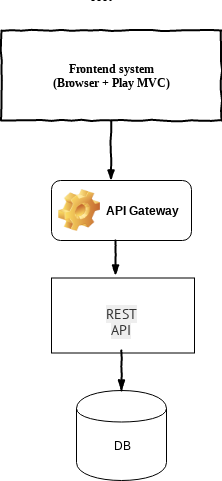
Above: technology-considerations/images/REST.png in nationalarchives/tdr-dev-documentation (draw.io), before the change. Source tidied: cells renumbered, new cells last; positions are measured from the earlier drawing's top-left corner, leaving out a move shared by most shapes. Source of this version:
```xml
<mxGraphModel>
  <root>
    <mxCell id="0" />
    <mxCell id="1" parent="0" />
    <mxCell id="2" value="Frontend system&lt;br&gt;(Browser + Play MVC)" style="html=1;whiteSpace=wrap;comic=1;strokeWidth=2;fontFamily=Comic Sans MS;fontStyle=1;" parent="1" vertex="1">
      <mxGeometry y="30" width="220" height="90" as="geometry" />
    </mxCell>
    <mxCell id="3" style="rounded=0;comic=1;strokeWidth=2;endArrow=blockThin;html=1;fontFamily=Comic Sans MS;fontStyle=1;" parent="1" edge="1">
      <mxGeometry relative="1" as="geometry">
        <mxPoint x="109.5" y="120" as="sourcePoint" />
        <mxPoint x="109.5" y="180" as="targetPoint" />
      </mxGeometry>
    </mxCell>
    <mxCell id="4" value="API Gateway" style="label;whiteSpace=wrap;html=1;image=img/clipart/Gear_128x128.png;" parent="1" vertex="1">
      <mxGeometry x="50" y="180" width="140" height="60" as="geometry" />
    </mxCell>
    <mxCell id="5" style="rounded=0;whiteSpace=wrap;html=1;" parent="1" vertex="1">
      <mxGeometry x="50" y="277.5" width="143" height="75" as="geometry" />
    </mxCell>
    <mxCell id="6" value="&lt;span style=&quot;color: rgb(51 , 51 , 51) ; font-family: &amp;#34;pt sans&amp;#34; , sans-serif ; font-size: 14px ; background-color: rgb(238 , 238 , 238)&quot;&gt;REST API&lt;br&gt;&lt;/span&gt;" style="text;html=1;strokeColor=none;fillColor=none;align=center;verticalAlign=middle;whiteSpace=wrap;rounded=0;direction=south;" parent="1" vertex="1">
      <mxGeometry x="111.5" y="286" width="17" height="70" as="geometry" />
    </mxCell>
    <mxCell id="7" style="shape=cylinder;whiteSpace=wrap;html=1;boundedLbl=1;backgroundOutline=1;" parent="1" vertex="1">
      <mxGeometry x="75" y="390" width="90" height="90" as="geometry" />
    </mxCell>
    <mxCell id="8" value="DB" style="text;html=1;strokeColor=none;fillColor=none;align=center;verticalAlign=middle;whiteSpace=wrap;rounded=0;" parent="1" vertex="1">
      <mxGeometry x="100" y="435" width="40" height="20" as="geometry" />
    </mxCell>
    <mxCell id="9" style="endArrow=none;dashed=1;html=1;" parent="1" edge="1">
      <mxGeometry relative="1" as="geometry">
        <mxPoint x="90" as="sourcePoint" />
        <mxPoint x="110" as="targetPoint" />
      </mxGeometry>
    </mxCell>
    <mxCell id="10" style="rounded=0;comic=1;strokeWidth=2;endArrow=blockThin;html=1;fontFamily=Comic Sans MS;fontStyle=1;exitX=0.457;exitY=1;exitDx=0;exitDy=0;exitPerimeter=0;entryX=0.448;entryY=-0.033;entryDx=0;entryDy=0;entryPerimeter=0;" parent="1" edge="1" source="4" target="5">
      <mxGeometry relative="1" as="geometry" />
    </mxCell>
    <mxCell id="11" style="rounded=0;comic=1;strokeWidth=2;endArrow=blockThin;html=1;fontFamily=Comic Sans MS;fontStyle=1;" parent="1" edge="1" target="7">
      <mxGeometry relative="1" as="geometry">
        <mxPoint x="120" y="350" as="sourcePoint" />
        <Array as="points">
          <mxPoint x="120" y="390" />
        </Array>
      </mxGeometry>
    </mxCell>
  </root>
</mxGraphModel>
```
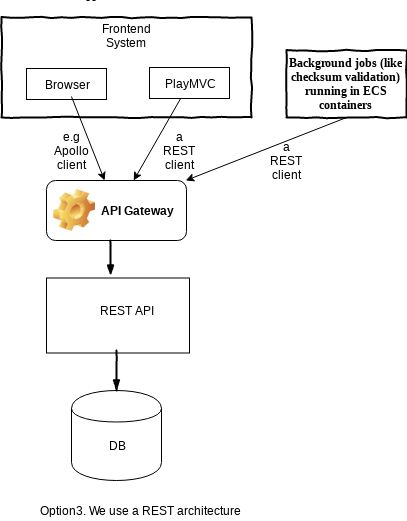
After the commit.

Diff of the diagram source:
```diff
@@ -2,46 +2,78 @@
   <root>
     <mxCell id="0" />
     <mxCell id="1" parent="0" />
-    <mxCell id="2" value="Frontend system&lt;br&gt;(Browser + Play MVC)" style="html=1;whiteSpace=wrap;comic=1;strokeWidth=2;fontFamily=Comic Sans MS;fontStyle=1;" parent="1" vertex="1">
-      <mxGeometry y="30" width="220" height="90" as="geometry" />
+    <mxCell id="2" value="API Gateway" style="label;whiteSpace=wrap;html=1;image=img/clipart/Gear_128x128.png;" parent="1" vertex="1">
+      <mxGeometry x="50" y="180" width="140" height="60" as="geometry" />
     </mxCell>
-    <mxCell id="3" style="rounded=0;comic=1;strokeWidth=2;endArrow=blockThin;html=1;fontFamily=Comic Sans MS;fontStyle=1;" parent="1" edge="1">
-      <mxGeometry relative="1" as="geometry">
-        <mxPoint x="109.5" y="120" as="sourcePoint" />
-        <mxPoint x="109.5" y="180" as="targetPoint" />
-      </mxGeometry>
+    <mxCell id="3" style="rounded=0;whiteSpace=wrap;html=1;" parent="1" vertex="1">
+      <mxGeometry x="50" y="277.5" width="143" height="75" as="geometry" />
     </mxCell>
-    <mxCell id="4" value="API Gateway" style="label;whiteSpace=wrap;html=1;image=img/clipart/Gear_128x128.png;" parent="1" vertex="1">
-      <mxGeometry x="50" y="180" width="140" height="60" as="geometry" />
+    <mxCell id="4" style="shape=cylinder;whiteSpace=wrap;html=1;boundedLbl=1;backgroundOutline=1;" parent="1" vertex="1">
+      <mxGeometry x="75" y="390" width="90" height="90" as="geometry" />
     </mxCell>
-    <mxCell id="5" style="rounded=0;whiteSpace=wrap;html=1;" parent="1" vertex="1">
-      <mxGeometry x="50" y="277.5" width="143" height="75" as="geometry" />
+    <mxCell id="5" value="DB" style="text;html=1;strokeColor=none;fillColor=none;align=center;verticalAlign=middle;whiteSpace=wrap;rounded=0;" parent="1" vertex="1">
+      <mxGeometry x="100" y="435" width="40" height="20" as="geometry" />
     </mxCell>
-    <mxCell id="6" value="&lt;span style=&quot;color: rgb(51 , 51 , 51) ; font-family: &amp;#34;pt sans&amp;#34; , sans-serif ; font-size: 14px ; background-color: rgb(238 , 238 , 238)&quot;&gt;REST API&lt;br&gt;&lt;/span&gt;" style="text;html=1;strokeColor=none;fillColor=none;align=center;verticalAlign=middle;whiteSpace=wrap;rounded=0;direction=south;" parent="1" vertex="1">
-      <mxGeometry x="111.5" y="286" width="17" height="70" as="geometry" />
+    <mxCell id="6" style="endArrow=none;dashed=1;html=1;" parent="1" edge="1">
+      <mxGeometry relative="1" as="geometry">
+        <mxPoint x="90" as="sourcePoint" />
+        <mxPoint x="100" as="targetPoint" />
+      </mxGeometry>
     </mxCell>
-    <mxCell id="7" style="shape=cylinder;whiteSpace=wrap;html=1;boundedLbl=1;backgroundOutline=1;" parent="1" vertex="1">
-      <mxGeometry x="75" y="390" width="90" height="90" as="geometry" />
+    <mxCell id="7" style="rounded=0;comic=1;strokeWidth=2;endArrow=blockThin;html=1;fontFamily=Comic Sans MS;fontStyle=1;exitX=0.457;exitY=1;exitDx=0;exitDy=0;exitPerimeter=0;entryX=0.448;entryY=-0.033;entryDx=0;entryDy=0;entryPerimeter=0;" parent="1" edge="1" source="2" target="3">
+      <mxGeometry relative="1" as="geometry" />
     </mxCell>
-    <mxCell id="8" value="DB" style="text;html=1;strokeColor=none;fillColor=none;align=center;verticalAlign=middle;whiteSpace=wrap;rounded=0;" parent="1" vertex="1">
-      <mxGeometry x="100" y="435" width="40" height="20" as="geometry" />
+    <mxCell id="8" style="rounded=0;comic=1;strokeWidth=2;endArrow=blockThin;html=1;fontFamily=Comic Sans MS;fontStyle=1;" parent="1" edge="1" target="4">
+      <mxGeometry relative="1" as="geometry">
+        <mxPoint x="120" y="350" as="sourcePoint" />
+        <Array as="points">
+          <mxPoint x="120" y="390" />
+        </Array>
+      </mxGeometry>
     </mxCell>
-    <mxCell id="9" style="endArrow=none;dashed=1;html=1;" parent="1" edge="1">
-      <mxGeometry relative="1" as="geometry">
-        <mxPoint x="90" as="sourcePoint" />
-        <mxPoint x="110" as="targetPoint" />
-      </mxGeometry>
+    <mxCell id="9" value="Background jobs (like checksum validation) running in ECS containers" style="html=1;whiteSpace=wrap;comic=1;strokeWidth=2;fontFamily=Comic Sans MS;fontStyle=1;" parent="1" vertex="1">
+      <mxGeometry x="290" y="50" width="120" height="67" as="geometry" />
     </mxCell>
-    <mxCell id="10" style="rounded=0;comic=1;strokeWidth=2;endArrow=blockThin;html=1;fontFamily=Comic Sans MS;fontStyle=1;exitX=0.457;exitY=1;exitDx=0;exitDy=0;exitPerimeter=0;entryX=0.448;entryY=-0.033;entryDx=0;entryDy=0;entryPerimeter=0;" parent="1" edge="1" source="4" target="5">
-      <mxGeometry relative="1" as="geometry" />
+    <mxCell id="10" style="endArrow=classic;html=1;exitX=0.5;exitY=1;exitDx=0;exitDy=0;" parent="1" edge="1" source="9">
+      <mxGeometry relative="1" as="geometry">
+        <mxPoint x="189.2" y="180" as="targetPoint" />
+      </mxGeometry>
     </mxCell>
-    <mxCell id="11" style="rounded=0;comic=1;strokeWidth=2;endArrow=blockThin;html=1;fontFamily=Comic Sans MS;fontStyle=1;" parent="1" edge="1" target="7">
-      <mxGeometry relative="1" as="geometry">
-        <mxPoint x="120" y="350" as="sourcePoint" />
-        <Array as="points">
-          <mxPoint x="120" y="390" />
-        </Array>
-      </mxGeometry>
+    <mxCell id="11" value="e.g Apollo client" style="text;html=1;strokeColor=none;fillColor=none;align=center;verticalAlign=middle;whiteSpace=wrap;rounded=0;" parent="1" vertex="1">
+      <mxGeometry x="55" y="140" width="40" height="20" as="geometry" />
     </mxCell>
+    <mxCell id="12" value="a REST client" style="text;html=1;strokeColor=none;fillColor=none;align=center;verticalAlign=middle;whiteSpace=wrap;rounded=0;" parent="1" vertex="1">
+      <mxGeometry x="270" y="150" width="40" height="20" as="geometry" />
+    </mxCell>
+    <mxCell id="13" value="Option3. We use a REST architecture&amp;nbsp;" style="text;html=1;strokeColor=none;fillColor=none;align=center;verticalAlign=middle;whiteSpace=wrap;rounded=0;" parent="1" vertex="1">
+      <mxGeometry x="40" y="500" width="210" height="20" as="geometry" />
+    </mxCell>
+    <mxCell id="14" value="REST API" style="text;html=1;strokeColor=none;fillColor=none;align=center;verticalAlign=middle;whiteSpace=wrap;rounded=0;" parent="1" vertex="1">
+      <mxGeometry x="100" y="300" width="60" height="20" as="geometry" />
+    </mxCell>
+    <mxCell id="15" style="html=1;whiteSpace=wrap;comic=1;strokeWidth=2;fontFamily=Comic Sans MS;fontStyle=1;" parent="1" vertex="1">
+      <mxGeometry x="5" y="17" width="250" height="100" as="geometry" />
+    </mxCell>
+    <mxCell id="16" style="rounded=0;whiteSpace=wrap;html=1;" parent="1" vertex="1">
+      <mxGeometry x="30" y="68" width="80" height="31" as="geometry" />
+    </mxCell>
+    <mxCell id="17" value="PlayMVC" style="rounded=0;whiteSpace=wrap;html=1;" parent="1" vertex="1">
+      <mxGeometry x="153" y="67" width="80" height="31" as="geometry" />
+    </mxCell>
+    <mxCell id="18" value="Frontend System" style="text;html=1;strokeColor=none;fillColor=none;align=center;verticalAlign=middle;whiteSpace=wrap;rounded=0;" parent="1" vertex="1">
+      <mxGeometry x="95" y="20" width="70" height="30" as="geometry" />
+    </mxCell>
+    <mxCell id="19" value="Browser" style="text;html=1;strokeColor=none;fillColor=none;align=center;verticalAlign=middle;whiteSpace=wrap;rounded=0;" parent="1" vertex="1">
+      <mxGeometry x="50" y="71" width="40" height="25" as="geometry" />
+    </mxCell>
+    <mxCell id="20" style="endArrow=classic;html=1;" parent="1" edge="1" source="19" target="2">
+      <mxGeometry relative="1" as="geometry" />
+    </mxCell>
+    <mxCell id="21" style="endArrow=classic;html=1;" parent="1" edge="1" source="17" target="2">
+      <mxGeometry relative="1" as="geometry" />
+    </mxCell>
+    <mxCell id="22" value="a REST client" style="text;html=1;strokeColor=none;fillColor=none;align=center;verticalAlign=middle;whiteSpace=wrap;rounded=0;" parent="1" vertex="1">
+      <mxGeometry x="162.5" y="120" width="40" height="60" as="geometry" />
+    </mxCell>
   </root>
 </mxGraphModel>
```
